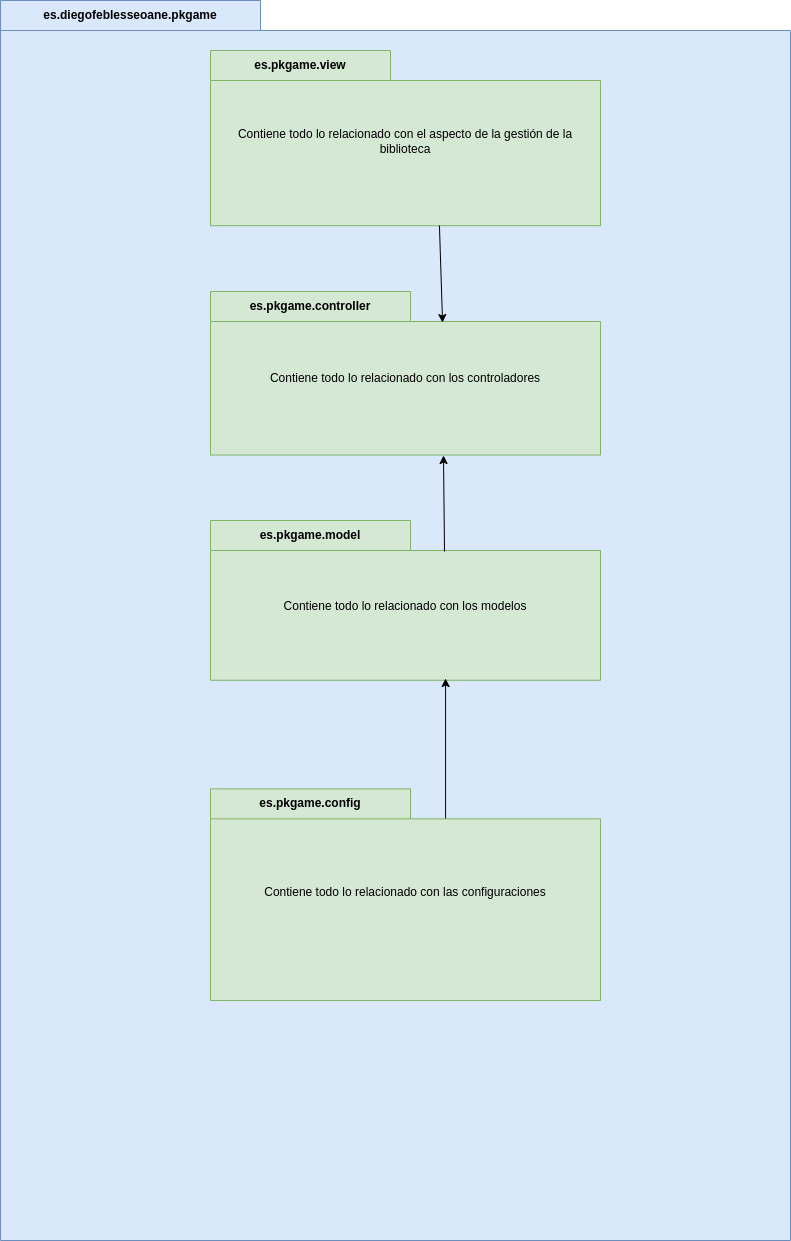
Earlier version of the draw.io export diagramas/diagramapaquetespkgame.drawio.png (diego-febles-seoane/pk-game). Source tidied: cells renumbered, new cells last; positions are measured from the earlier drawing's top-left corner, leaving out a move shared by most shapes. Its diagram source:
```xml
<mxGraphModel>
  <root>
    <mxCell id="0" />
    <mxCell id="1" parent="0" />
    <mxCell id="2" value="es.diegofeblesseoane.pkgame" style="shape=folder;fontStyle=1;tabWidth=260;tabHeight=30;tabPosition=left;html=1;boundedLbl=1;labelInHeader=1;whiteSpace=wrap;fillColor=#dae8fc;strokeColor=#6c8ebf;" parent="1" vertex="1">
      <mxGeometry width="790" height="1240" as="geometry" />
    </mxCell>
    <mxCell id="3" style="html=1;strokeColor=none;fillColor=none;whiteSpace=wrap;" parent="2" vertex="1">
      <mxGeometry width="790" height="868" relative="1" as="geometry">
        <mxPoint y="30" as="offset" />
      </mxGeometry>
    </mxCell>
    <mxCell id="4" value="es.pkgame.view" style="shape=folder;fontStyle=1;tabWidth=180;tabHeight=30;tabPosition=left;html=1;boundedLbl=1;labelInHeader=1;whiteSpace=wrap;fillColor=#d5e8d4;strokeColor=#82b366;" parent="2" vertex="1">
      <mxGeometry x="210" y="50" width="390" height="175.2" as="geometry" />
    </mxCell>
    <mxCell id="5" value="Contiene todo lo relacionado con el aspecto de la gestión de la biblioteca" style="html=1;strokeColor=none;fillColor=none;whiteSpace=wrap;" parent="4" vertex="1">
      <mxGeometry width="390" height="122.63" relative="1" as="geometry">
        <mxPoint y="30" as="offset" />
      </mxGeometry>
    </mxCell>
    <mxCell id="6" value="es.pkgame.controller" style="shape=folder;fontStyle=1;tabWidth=200;tabHeight=30;tabPosition=left;html=1;boundedLbl=1;labelInHeader=1;whiteSpace=wrap;fillColor=#d5e8d4;strokeColor=#82b366;" parent="2" vertex="1">
      <mxGeometry x="210" y="291" width="390" height="163.6" as="geometry" />
    </mxCell>
    <mxCell id="7" value="Contiene todo lo relacionado con los controladores" style="html=1;strokeColor=none;fillColor=none;whiteSpace=wrap;" parent="6" vertex="1">
      <mxGeometry width="390" height="114.49" relative="1" as="geometry">
        <mxPoint y="30" as="offset" />
      </mxGeometry>
    </mxCell>
    <mxCell id="8" value="es.pkgame.model" style="shape=folder;fontStyle=1;tabWidth=200;tabHeight=30;tabPosition=left;html=1;boundedLbl=1;labelInHeader=1;whiteSpace=wrap;fillColor=#d5e8d4;strokeColor=#82b366;" parent="2" vertex="1">
      <mxGeometry x="210" y="520" width="390" height="159.8" as="geometry" />
    </mxCell>
    <mxCell id="9" value="Contiene todo lo relacionado con los modelos" style="html=1;strokeColor=none;fillColor=none;whiteSpace=wrap;" parent="8" vertex="1">
      <mxGeometry width="390" height="111.83" relative="1" as="geometry">
        <mxPoint y="30" as="offset" />
      </mxGeometry>
    </mxCell>
    <mxCell id="10" value="es.pkgame&lt;span style=&quot;background-color: transparent; color: light-dark(rgb(0, 0, 0), rgb(255, 255, 255));&quot;&gt;.config&lt;/span&gt;" style="shape=folder;fontStyle=1;tabWidth=200;tabHeight=30;tabPosition=left;html=1;boundedLbl=1;labelInHeader=1;whiteSpace=wrap;fillColor=#d5e8d4;strokeColor=#82b366;" parent="2" vertex="1">
      <mxGeometry x="210" y="788.4" width="390" height="211.7" as="geometry" />
    </mxCell>
    <mxCell id="11" value="Contiene todo lo relacionado con las configuraciones" style="html=1;strokeColor=none;fillColor=none;whiteSpace=wrap;" parent="10" vertex="1">
      <mxGeometry width="390" height="148.15" relative="1" as="geometry">
        <mxPoint y="30" as="offset" />
      </mxGeometry>
    </mxCell>
    <mxCell id="12" style="endArrow=classic;html=1;rounded=0;entryX=0.572;entryY=0.989;entryDx=0;entryDy=0;entryPerimeter=0;exitX=0.572;exitY=0.14;exitDx=0;exitDy=0;exitPerimeter=0;" parent="2" edge="1">
      <mxGeometry relative="1" as="geometry">
        <mxPoint x="445.1" y="818" as="sourcePoint" />
        <mxPoint x="445.1" y="678" as="targetPoint" />
      </mxGeometry>
    </mxCell>
    <mxCell id="13" style="endArrow=classic;html=1;rounded=0;entryX=0.572;entryY=0.989;entryDx=0;entryDy=0;entryPerimeter=0;exitX=0.6;exitY=0.194;exitDx=0;exitDy=0;exitPerimeter=0;" parent="2" edge="1" source="8">
      <mxGeometry relative="1" as="geometry">
        <mxPoint x="443" y="455" as="targetPoint" />
      </mxGeometry>
    </mxCell>
    <mxCell id="14" style="endArrow=classic;html=1;rounded=0;entryX=0.595;entryY=0.19;entryDx=0;entryDy=0;entryPerimeter=0;exitX=0.587;exitY=0.999;exitDx=0;exitDy=0;exitPerimeter=0;" parent="2" edge="1" source="4" target="6">
      <mxGeometry relative="1" as="geometry" />
    </mxCell>
  </root>
</mxGraphModel>
```
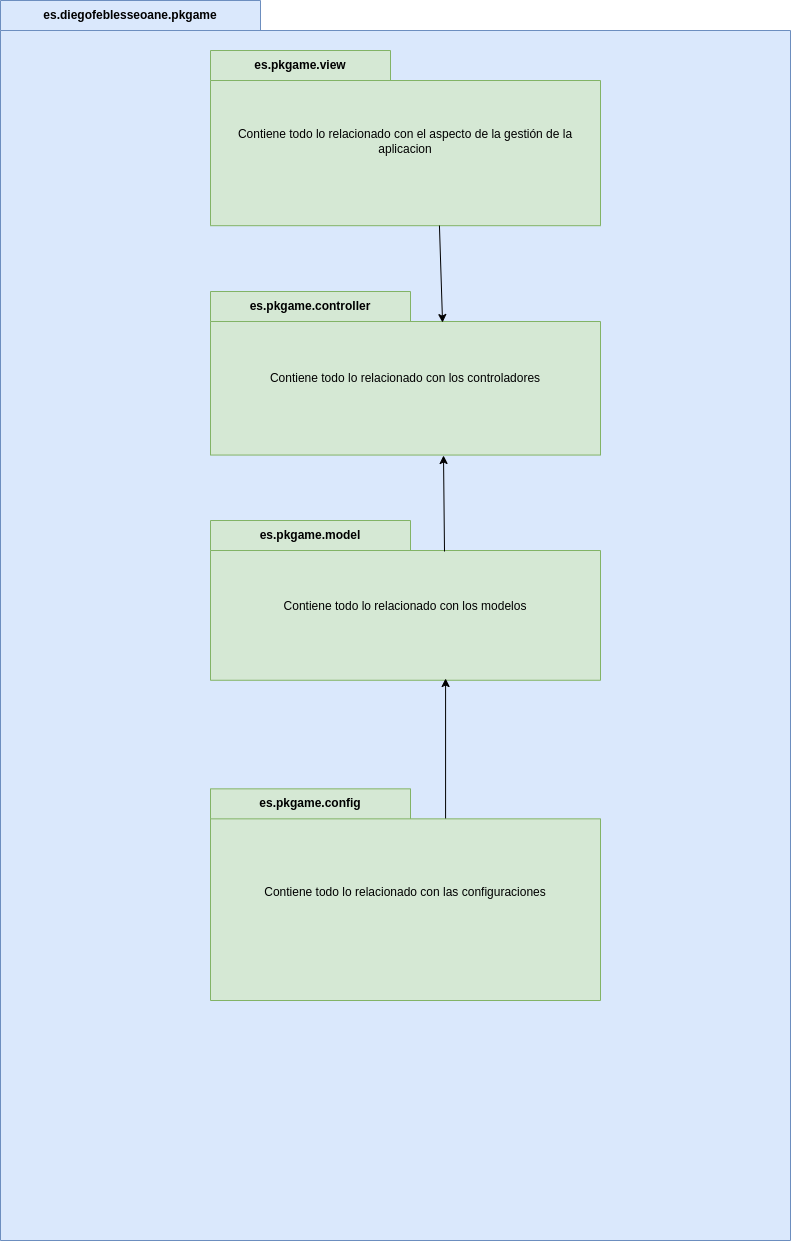
The same diagram one commit later.

Change to the diagram source:
```diff
@@ -13,7 +13,7 @@
     <mxCell id="4" value="es.pkgame.view" style="shape=folder;fontStyle=1;tabWidth=180;tabHeight=30;tabPosition=left;html=1;boundedLbl=1;labelInHeader=1;whiteSpace=wrap;fillColor=#d5e8d4;strokeColor=#82b366;" parent="2" vertex="1">
       <mxGeometry x="210" y="50" width="390" height="175.2" as="geometry" />
     </mxCell>
-    <mxCell id="5" value="Contiene todo lo relacionado con el aspecto de la gestión de la biblioteca" style="html=1;strokeColor=none;fillColor=none;whiteSpace=wrap;" parent="4" vertex="1">
+    <mxCell id="5" value="Contiene todo lo relacionado con el aspecto de la gestión de la aplicacion" style="html=1;strokeColor=none;fillColor=none;whiteSpace=wrap;" parent="4" vertex="1">
       <mxGeometry width="390" height="122.63" relative="1" as="geometry">
         <mxPoint y="30" as="offset" />
       </mxGeometry>
```
